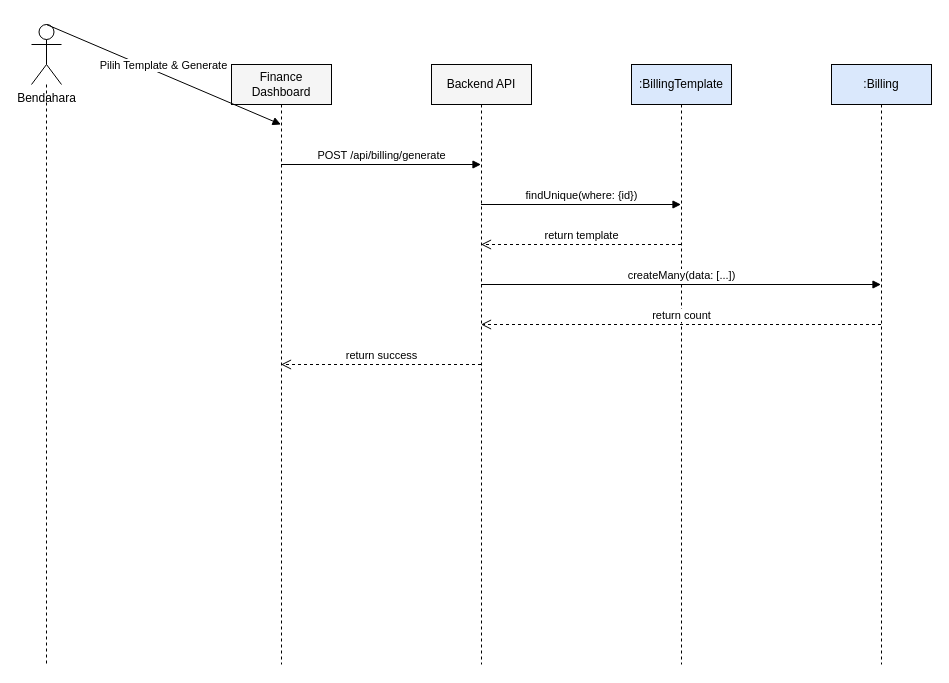
The draw.io diagram docs/sequence_billing_process.drawio in muhammaddzaki123/adminkassmpit, before the edit. Source tidied: cells renumbered, new cells numbered last; positions are measured from the earlier drawing's top-left corner, leaving out a move shared by most shapes. Both pictures are drawn from the tidied source at 100%, with x=0, y=0 at pixel (31, 24).
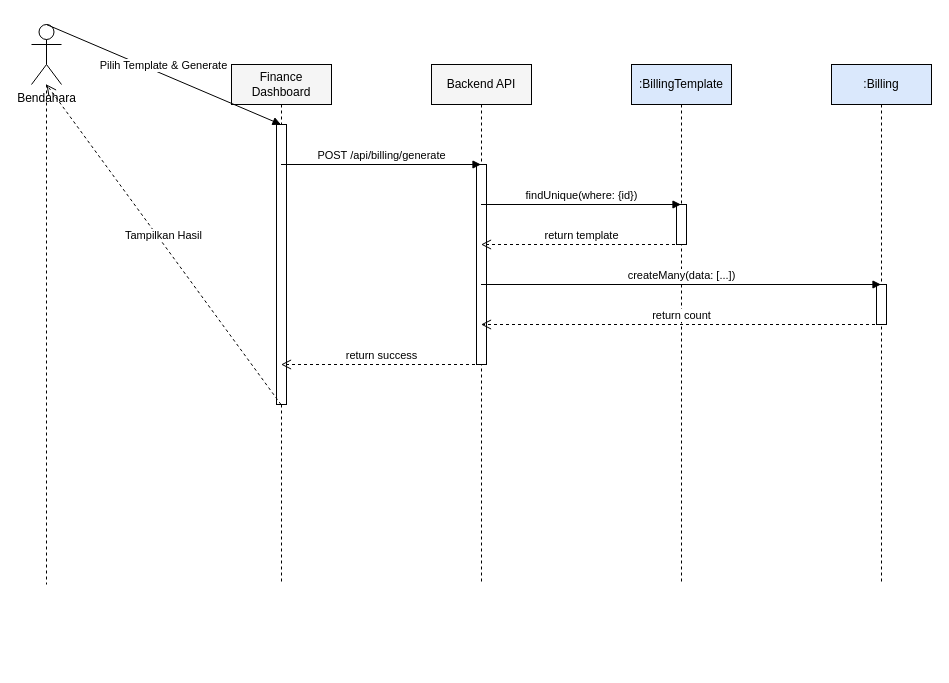
After the change.

Unchanged cells that the change refers to:
```xml
<mxCell id="2" value="Bendahara" style="shape=umlActor;verticalLabelPosition=bottom;verticalAlign=top;html=1;outlineConnect=0;" parent="1" vertex="1">
  <mxGeometry width="30" height="60" as="geometry" />
</mxCell>
```

Diff of the diagram source:
```diff
@@
     <mxCell id="3" style="endArrow=none;dashed=1;html=1;" parent="1" edge="1" source="2">
       <mxGeometry relative="1" as="geometry">
-        <mxPoint x="15" y="640" as="targetPoint" />
+        <mxPoint x="15" y="560" as="targetPoint" />
       </mxGeometry>
     </mxCell>
     <mxCell id="4" value="Finance Dashboard" style="shape=umlLifeline;perimeter=lifelinePerimeter;whiteSpace=wrap;html=1;outlineConnect=0;fillColor=#f5f5f5;" parent="1" vertex="1">
-      <mxGeometry x="200" y="40" width="100" height="600" as="geometry" />
+      <mxGeometry x="200" y="40" width="100" height="520" as="geometry" />
     </mxCell>
     <mxCell id="5" value="Backend API" style="shape=umlLifeline;perimeter=lifelinePerimeter;whiteSpace=wrap;html=1;outlineConnect=0;fillColor=#f5f5f5;" parent="1" vertex="1">
-      <mxGeometry x="400" y="40" width="100" height="600" as="geometry" />
+      <mxGeometry x="400" y="40" width="100" height="520" as="geometry" />
     </mxCell>
     <mxCell id="6" value=":BillingTemplate" style="shape=umlLifeline;perimeter=lifelinePerimeter;whiteSpace=wrap;html=1;outlineConnect=0;fillColor=#dae8fc;" parent="1" vertex="1">
-      <mxGeometry x="600" y="40" width="100" height="600" as="geometry" />
+      <mxGeometry x="600" y="40" width="100" height="520" as="geometry" />
     </mxCell>
     <mxCell id="7" value=":Billing" style="shape=umlLifeline;perimeter=lifelinePerimeter;whiteSpace=wrap;html=1;outlineConnect=0;fillColor=#dae8fc;" parent="1" vertex="1">
-      <mxGeometry x="800" y="40" width="100" height="600" as="geometry" />
+      <mxGeometry x="800" y="40" width="100" height="520" as="geometry" />
     </mxCell>
-    <mxCell id="8" value="Pilih Template &amp; Generate" style="html=1;verticalAlign=bottom;endArrow=block;rounded=0;entryX=0.5;entryY=0.1;exitX=0.5;exitY=0.1;" parent="1" edge="1" source="2" target="4">
-      <mxGeometry relative="1" as="geometry" />
+    <mxCell id="8" style="html=1;perimeter=orthogonalPerimeter;fillColor=#FFFFFF;strokeColor=#000000;" parent="1" vertex="1">
+      <mxGeometry x="645" y="180" width="10" height="40" as="geometry" />
     </mxCell>
-    <mxCell id="9" value="POST /api/billing/generate" style="html=1;verticalAlign=bottom;endArrow=block;rounded=0;entryX=0.5;entryY=0.16666666666666666;exitX=0.5;exitY=0.16666666666666666;" parent="1" edge="1" source="4" target="5">
-      <mxGeometry relative="1" as="geometry" />
+    <mxCell id="9" style="html=1;perimeter=orthogonalPerimeter;fillColor=#FFFFFF;strokeColor=#000000;" parent="1" vertex="1">
+      <mxGeometry x="845" y="260" width="10" height="40" as="geometry" />
     </mxCell>
-    <mxCell id="10" value="findUnique(where: {id})" style="html=1;verticalAlign=bottom;endArrow=block;rounded=0;entryX=0.5;entryY=0.23333333333333334;exitX=0.5;exitY=0.23333333333333334;" parent="1" edge="1" source="5" target="6">
-      <mxGeometry relative="1" as="geometry" />
+    <mxCell id="10" style="html=1;perimeter=orthogonalPerimeter;fillColor=#FFFFFF;strokeColor=#000000;" parent="1" vertex="1">
+      <mxGeometry x="445" y="140" width="10" height="200" as="geometry" />
     </mxCell>
-    <mxCell id="11" value="return template" style="html=1;verticalAlign=bottom;endArrow=open;dashed=1;endSize=8;rounded=0;entryX=0.5;entryY=0.3;exitX=0.5;exitY=0.3;" parent="1" edge="1" source="6" target="5">
-      <mxGeometry relative="1" as="geometry" />
+    <mxCell id="11" style="html=1;perimeter=orthogonalPerimeter;fillColor=#FFFFFF;strokeColor=#000000;" parent="1" vertex="1">
+      <mxGeometry x="245" y="100" width="10" height="280" as="geometry" />
     </mxCell>
-    <mxCell id="12" value="createMany(data: [...])" style="html=1;verticalAlign=bottom;endArrow=block;rounded=0;entryX=0.5;entryY=0.36666666666666664;exitX=0.5;exitY=0.36666666666666664;" parent="1" edge="1" source="5" target="7">
+    <mxCell id="12" value="Pilih Template &amp; Generate" style="html=1;verticalAlign=bottom;endArrow=block;rounded=0;entryX=0.5;entryY=0.11538461538461539;exitX=0.5;exitY=0.11538461538461539;" parent="1" edge="1" source="2" target="4">
       <mxGeometry relative="1" as="geometry" />
     </mxCell>
-    <mxCell id="13" value="return count" style="html=1;verticalAlign=bottom;endArrow=open;dashed=1;endSize=8;rounded=0;entryX=0.5;entryY=0.43333333333333335;exitX=0.5;exitY=0.43333333333333335;" parent="1" edge="1" source="7" target="5">
+    <mxCell id="13" value="POST /api/billing/generate" style="html=1;verticalAlign=bottom;endArrow=block;rounded=0;entryX=0.5;entryY=0.19230769230769232;exitX=0.5;exitY=0.19230769230769232;" parent="1" edge="1" source="4" target="5">
       <mxGeometry relative="1" as="geometry" />
     </mxCell>
-    <mxCell id="14" value="return success" style="html=1;verticalAlign=bottom;endArrow=open;dashed=1;endSize=8;rounded=0;entryX=0.5;entryY=0.5;exitX=0.5;exitY=0.5;" parent="1" edge="1" source="5" target="4">
+    <mxCell id="14" value="findUnique(where: {id})" style="html=1;verticalAlign=bottom;endArrow=block;rounded=0;entryX=0.5;entryY=0.2692307692307692;exitX=0.5;exitY=0.2692307692307692;" parent="1" edge="1" source="5" target="6">
       <mxGeometry relative="1" as="geometry" />
     </mxCell>
+    <mxCell id="15" value="return template" style="html=1;verticalAlign=bottom;endArrow=open;dashed=1;endSize=8;rounded=0;entryX=0.5;entryY=0.34615384615384615;exitX=0.5;exitY=0.34615384615384615;" parent="1" edge="1" source="6" target="5">
+      <mxGeometry relative="1" as="geometry" />
+    </mxCell>
+    <mxCell id="16" value="createMany(data: [...])" style="html=1;verticalAlign=bottom;endArrow=block;rounded=0;entryX=0.5;entryY=0.4230769230769231;exitX=0.5;exitY=0.4230769230769231;" parent="1" edge="1" source="5" target="7">
+      <mxGeometry relative="1" as="geometry" />
+    </mxCell>
+    <mxCell id="17" value="return count" style="html=1;verticalAlign=bottom;endArrow=open;dashed=1;endSize=8;rounded=0;entryX=0.5;entryY=0.5;exitX=0.5;exitY=0.5;" parent="1" edge="1" source="7" target="5">
+      <mxGeometry relative="1" as="geometry" />
+    </mxCell>
+    <mxCell id="18" value="return success" style="html=1;verticalAlign=bottom;endArrow=open;dashed=1;endSize=8;rounded=0;entryX=0.5;entryY=0.5769230769230769;exitX=0.5;exitY=0.5769230769230769;" parent="1" edge="1" source="5" target="4">
+      <mxGeometry relative="1" as="geometry" />
+    </mxCell>
+    <mxCell id="19" value="Tampilkan Hasil" style="html=1;verticalAlign=bottom;endArrow=open;dashed=1;endSize=8;rounded=0;entryX=0.5;entryY=0.6538461538461539;exitX=0.5;exitY=0.6538461538461539;" parent="1" edge="1" source="4" target="2">
+      <mxGeometry relative="1" as="geometry" />
+    </mxCell>
```
